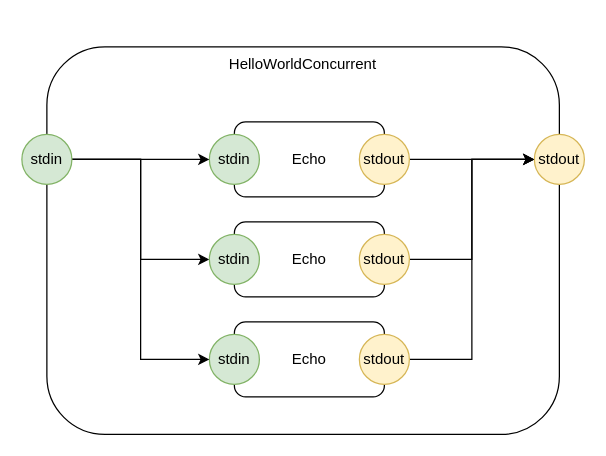
This is page "Concurrent" (7 of 7) of doc/helloworld.drawio from guitarvydas/py0d, a draw.io file, before an edit. Source tidied: cells renumbered, new cells numbered last; positions are measured from the earlier drawing's top-left corner, leaving out a move shared by most shapes. Both pictures are drawn from the tidied source at 125%, with x=0, y=0 at pixel (21, 46).
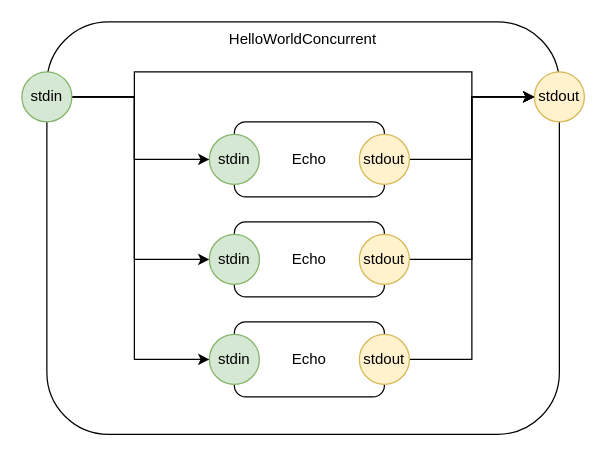
Above is the later version.

Unchanged cells that the change refers to:
```xml
<mxCell id="7" value="stdin" style="ellipse;whiteSpace=wrap;html=1;fillColor=#d5e8d4;strokeColor=#82b366;" parent="1" vertex="1">
  <mxGeometry x="150" y="230" width="40" height="40" as="geometry" />
</mxCell>
<mxCell id="8" value="stdin" style="ellipse;whiteSpace=wrap;html=1;fillColor=#d5e8d4;strokeColor=#82b366;" parent="1" vertex="1">
  <mxGeometry x="150" y="70" width="40" height="40" as="geometry" />
</mxCell>
<mxCell id="17" value="stdin" style="ellipse;whiteSpace=wrap;html=1;fillColor=#d5e8d4;strokeColor=#82b366;" parent="1" vertex="1">
  <mxGeometry x="150" y="150" width="40" height="40" as="geometry" />
</mxCell>
```

Diff of the diagram source:
```diff
@@
     <mxCell id="2" value="HelloWorldConcurrent" style="rounded=1;whiteSpace=wrap;html=1;verticalAlign=top;" parent="1" vertex="1">
-      <mxGeometry x="20" width="410" height="310" as="geometry" />
+      <mxGeometry x="20" y="-20" width="410" height="330" as="geometry" />
     </mxCell>
@@
     <mxCell id="11" value="stdout" style="ellipse;whiteSpace=wrap;html=1;fillColor=#fff2cc;strokeColor=#d6b656;" parent="1" vertex="1">
-      <mxGeometry x="410" y="70" width="40" height="40" as="geometry" />
+      <mxGeometry x="410" y="20" width="40" height="40" as="geometry" />
     </mxCell>
     <mxCell id="12" style="edgeStyle=orthogonalEdgeStyle;rounded=0;jettySize=auto;html=1;exitX=1;exitY=0.5;exitDx=0;exitDy=0;entryX=0;entryY=0.5;entryDx=0;entryDy=0;" parent="1" edge="1" source="15" target="8">
-      <mxGeometry relative="1" as="geometry" />
+      <mxGeometry relative="1" as="geometry">
+        <Array as="points">
+          <mxPoint x="90" y="40" />
+          <mxPoint x="90" y="90" />
+        </Array>
+      </mxGeometry>
     </mxCell>
     <mxCell id="13" style="edgeStyle=orthogonalEdgeStyle;rounded=0;jettySize=auto;html=1;exitX=1;exitY=0.5;exitDx=0;exitDy=0;entryX=0;entryY=0.5;entryDx=0;entryDy=0;" parent="1" edge="1" source="15" target="17">
-      <mxGeometry relative="1" as="geometry" />
+      <mxGeometry relative="1" as="geometry">
+        <Array as="points">
+          <mxPoint x="90" y="40" />
+          <mxPoint x="90" y="170" />
+        </Array>
+      </mxGeometry>
     </mxCell>
     <mxCell id="14" style="edgeStyle=orthogonalEdgeStyle;rounded=0;jettySize=auto;html=1;exitX=1;exitY=0.5;exitDx=0;exitDy=0;entryX=0;entryY=0.5;entryDx=0;entryDy=0;" parent="1" edge="1" source="15" target="7">
-      <mxGeometry relative="1" as="geometry" />
+      <mxGeometry relative="1" as="geometry">
+        <Array as="points">
+          <mxPoint x="90" y="40" />
+          <mxPoint x="90" y="250" />
+        </Array>
+      </mxGeometry>
     </mxCell>
+    <mxCell id="20" style="edgeStyle=orthogonalEdgeStyle;rounded=0;jettySize=auto;html=1;exitX=1;exitY=0.5;exitDx=0;exitDy=0;entryX=0;entryY=0.5;entryDx=0;entryDy=0;" parent="1" edge="1" source="15" target="11">
+      <mxGeometry relative="1" as="geometry">
+        <Array as="points">
+          <mxPoint x="90" y="40" />
+          <mxPoint x="90" y="20" />
+          <mxPoint x="360" y="20" />
+          <mxPoint x="360" y="40" />
+        </Array>
+      </mxGeometry>
+    </mxCell>
     <mxCell id="15" value="stdin" style="ellipse;whiteSpace=wrap;html=1;fillColor=#d5e8d4;strokeColor=#82b366;" parent="1" vertex="1">
-      <mxGeometry y="70" width="40" height="40" as="geometry" />
+      <mxGeometry y="20" width="40" height="40" as="geometry" />
     </mxCell>
```
